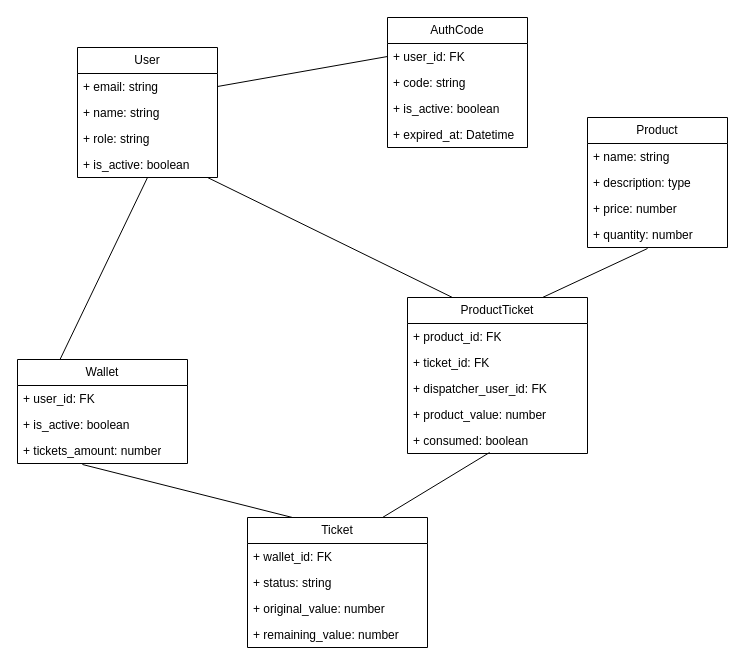
Before: docs/UJAD.drawio in gelira/ujad, a draw.io diagram. Source tidied: cells renumbered, new cells numbered last; positions are measured from the earlier drawing's top-left corner, leaving out a move shared by most shapes. Both pictures are drawn from the tidied source at 100%, with x=0, y=0 at pixel (17, 17).
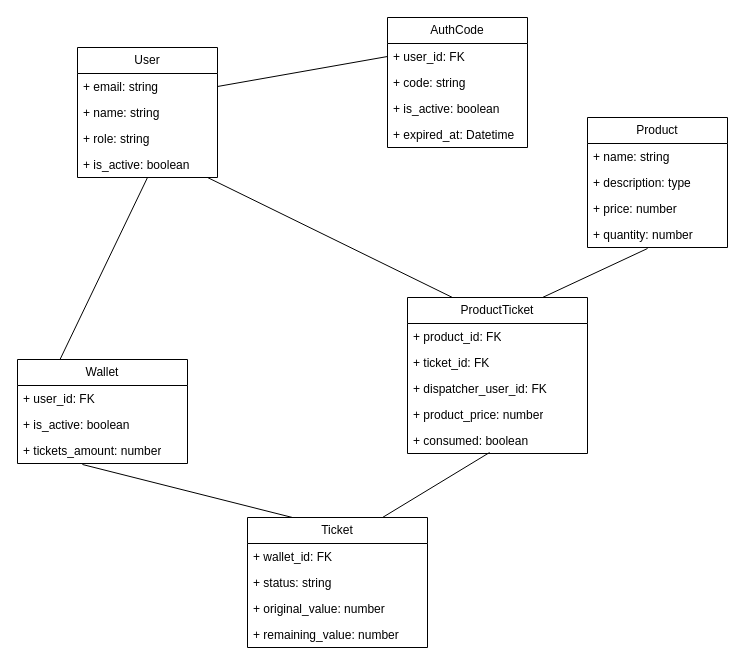
The same page after the edit.

Commit message:
docs: fix prop name

The change refers to these unchanged cells:
```xml
<mxCell id="30" value="ProductTicket" style="swimlane;fontStyle=0;horizontal=1;startSize=26;fillColor=none;whiteSpace=wrap;html=1;" parent="1" vertex="1">
  <mxGeometry x="390" y="280" width="180" height="156" as="geometry" />
</mxCell>
```

What changed in the source:
```diff
@@
-    <mxCell id="34" value="+ product_value: number" style="text;strokeColor=none;fillColor=none;align=left;verticalAlign=top;spacingLeft=4;spacingRight=4;overflow=hidden;whiteSpace=wrap;html=1;" parent="30" vertex="1">
+    <mxCell id="34" value="+ product_price: number" style="text;strokeColor=none;fillColor=none;align=left;verticalAlign=top;spacingLeft=4;spacingRight=4;overflow=hidden;whiteSpace=wrap;html=1;" parent="30" vertex="1">
       <mxGeometry y="104" width="180" height="26" as="geometry" />
     </mxCell>
```
